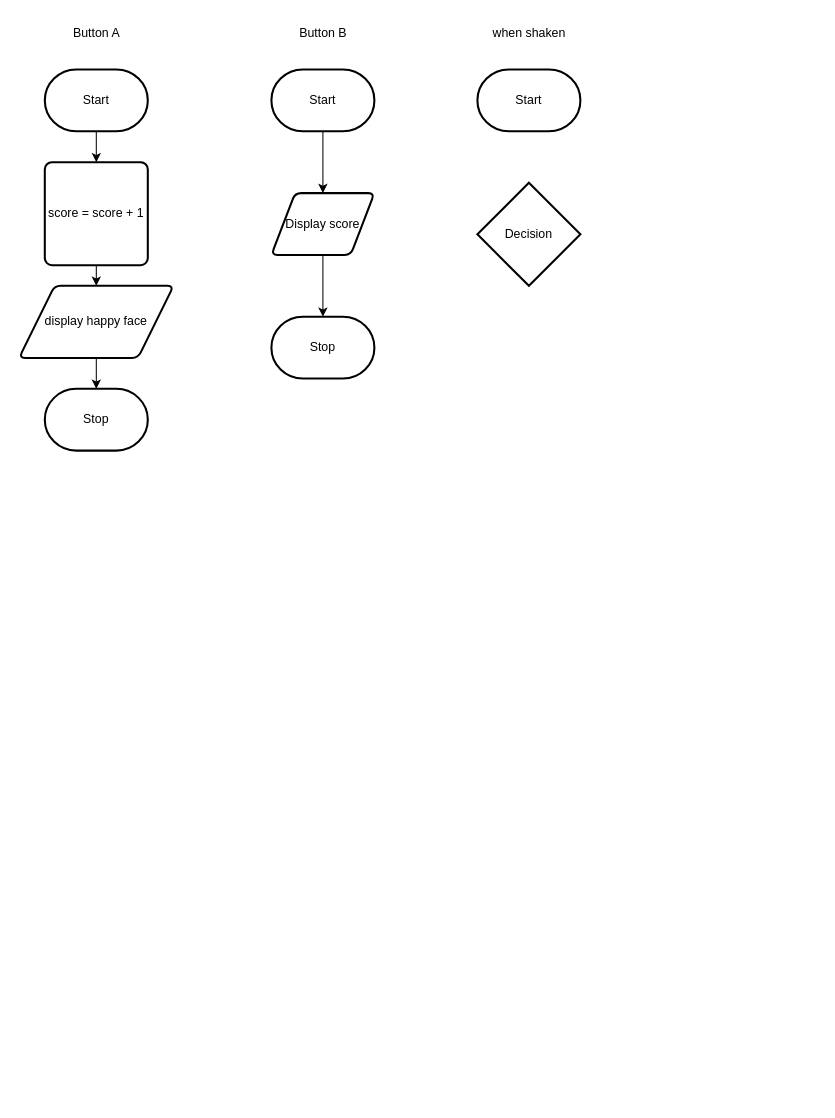
Earlier version of the draw.io diagram design/flowchart.drawio (MTHS-TEJ2O-1-2023/TEJ2O-Unit-2-09-michael-bruneau). Source tidied: cells renumbered, new cells numbered last; positions are measured from the earlier drawing's top-left corner, leaving out a move shared by most shapes. Both pictures are drawn from the tidied source at 103%, with x=0, y=0 at pixel (19, 18).
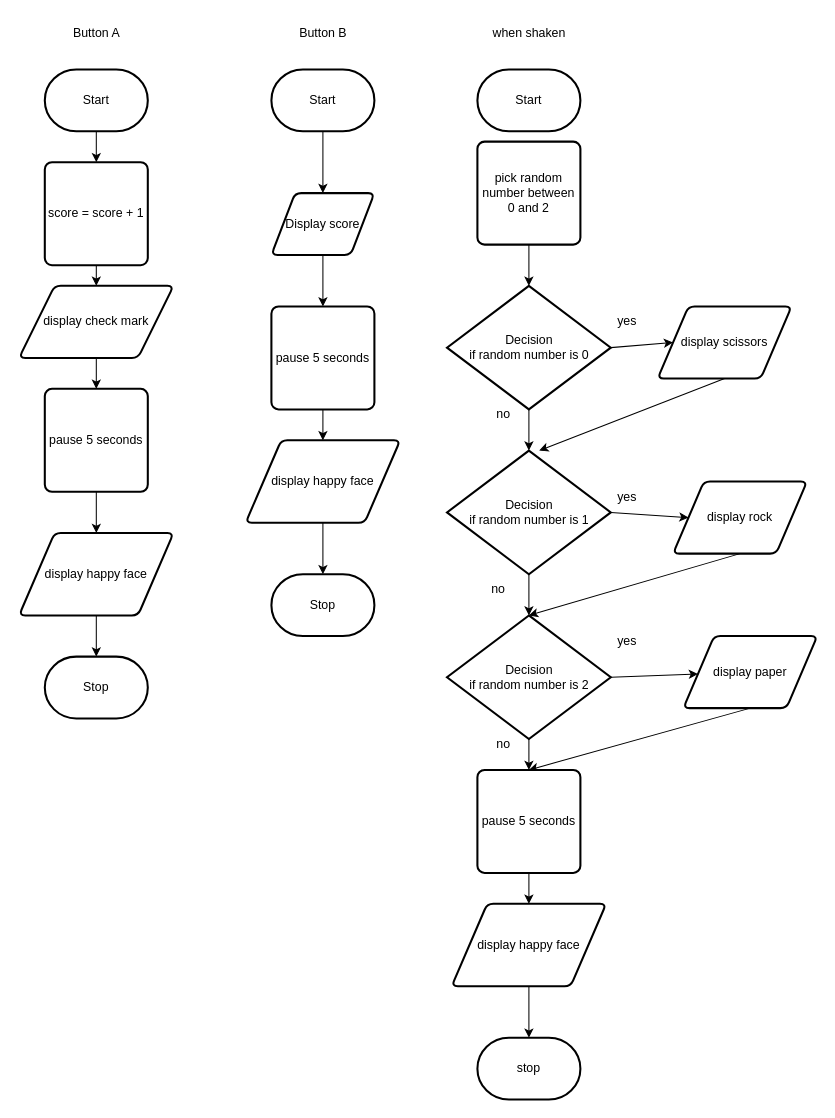
Above is the later version.

Commit message:
circuit diagram

The change refers to these unchanged cells:
```xml
<mxCell id="14" value="Display score" style="shape=parallelogram;html=1;strokeWidth=2;perimeter=parallelogramPerimeter;whiteSpace=wrap;rounded=1;arcSize=12;size=0.23;" parent="1" vertex="1">
  <mxGeometry x="245" y="170" width="100" height="60" as="geometry" />
</mxCell>
```

What changed in the source:
```diff
@@
     <mxCell id="4" value="Stop" style="strokeWidth=2;html=1;shape=mxgraph.flowchart.terminator;whiteSpace=wrap;" parent="1" vertex="1">
-      <mxGeometry x="25" y="360" width="100" height="60" as="geometry" />
+      <mxGeometry x="25" y="620" width="100" height="60" as="geometry" />
     </mxCell>
@@
-    <mxCell id="8" style="edgeStyle=none;html=1;exitX=0.5;exitY=1;exitDx=0;exitDy=0;entryX=0.5;entryY=0;entryDx=0;entryDy=0;entryPerimeter=0;" parent="1" edge="1" source="9" target="4">
-      <mxGeometry relative="1" as="geometry" />
-    </mxCell>
+    <mxCell id="19" style="edgeStyle=none;html=1;exitX=0.5;exitY=1;exitDx=0;exitDy=0;entryX=0.5;entryY=0;entryDx=0;entryDy=0;" parent="1" edge="1" source="9" target="24">
+      <mxGeometry relative="1" as="geometry" />
+    </mxCell>
-    <mxCell id="9" value="display happy face" style="shape=parallelogram;html=1;strokeWidth=2;perimeter=parallelogramPerimeter;whiteSpace=wrap;rounded=1;arcSize=12;size=0.23;" parent="1" vertex="1">
+    <mxCell id="9" value="display check mark" style="shape=parallelogram;html=1;strokeWidth=2;perimeter=parallelogramPerimeter;whiteSpace=wrap;rounded=1;arcSize=12;size=0.23;" parent="1" vertex="1">
       <mxGeometry y="260" width="150" height="70" as="geometry" />
     </mxCell>
@@
-    <mxCell id="13" style="edgeStyle=none;html=1;exitX=0.5;exitY=1;exitDx=0;exitDy=0;" parent="1" edge="1" source="14" target="15">
-      <mxGeometry relative="1" as="geometry" />
-    </mxCell>
+    <mxCell id="20" style="edgeStyle=none;html=1;exitX=0.5;exitY=1;exitDx=0;exitDy=0;entryX=0.5;entryY=0;entryDx=0;entryDy=0;" parent="1" edge="1" source="14" target="28">
+      <mxGeometry relative="1" as="geometry" />
+    </mxCell>
@@
     <mxCell id="15" value="Stop" style="strokeWidth=2;html=1;shape=mxgraph.flowchart.terminator;whiteSpace=wrap;" parent="1" vertex="1">
-      <mxGeometry x="245" y="290" width="100" height="60" as="geometry" />
+      <mxGeometry x="245" y="540" width="100" height="60" as="geometry" />
     </mxCell>
@@
+    <mxCell id="21" style="edgeStyle=none;html=1;exitX=0.5;exitY=1;exitDx=0;exitDy=0;exitPerimeter=0;entryX=0.5;entryY=0;entryDx=0;entryDy=0;entryPerimeter=0;" parent="1" edge="1" source="18" target="37">
+      <mxGeometry relative="1" as="geometry" />
+    </mxCell>
+    <mxCell id="22" style="edgeStyle=none;html=1;exitX=1;exitY=0.5;exitDx=0;exitDy=0;exitPerimeter=0;entryX=0;entryY=0.5;entryDx=0;entryDy=0;" parent="1" edge="1" source="18" target="34">
+      <mxGeometry relative="1" as="geometry" />
+    </mxCell>
-    <mxCell id="18" value="Decision" style="strokeWidth=2;html=1;shape=mxgraph.flowchart.decision;whiteSpace=wrap;" parent="1" vertex="1">
-      <mxGeometry x="445" y="160" width="100" height="100" as="geometry" />
+    <mxCell id="18" value="Decision&lt;br&gt;if random number is 0" style="strokeWidth=2;html=1;shape=mxgraph.flowchart.decision;whiteSpace=wrap;" parent="1" vertex="1">
+      <mxGeometry x="415.5" y="260" width="159" height="120" as="geometry" />
     </mxCell>
+    <mxCell id="23" style="edgeStyle=none;html=1;exitX=0.5;exitY=1;exitDx=0;exitDy=0;entryX=0.5;entryY=0;entryDx=0;entryDy=0;" parent="1" edge="1" source="24" target="26">
+      <mxGeometry relative="1" as="geometry" />
+    </mxCell>
+    <mxCell id="24" value="pause 5 seconds" style="rounded=1;whiteSpace=wrap;html=1;absoluteArcSize=1;arcSize=14;strokeWidth=2;" parent="1" vertex="1">
+      <mxGeometry x="25" y="360" width="100" height="100" as="geometry" />
+    </mxCell>
+    <mxCell id="25" style="edgeStyle=none;html=1;exitX=0.5;exitY=1;exitDx=0;exitDy=0;" parent="1" edge="1" source="26" target="4">
+      <mxGeometry relative="1" as="geometry" />
+    </mxCell>
+    <mxCell id="26" value="display happy face" style="shape=parallelogram;html=1;strokeWidth=2;perimeter=parallelogramPerimeter;whiteSpace=wrap;rounded=1;arcSize=12;size=0.23;" parent="1" vertex="1">
+      <mxGeometry y="500" width="150" height="80" as="geometry" />
+    </mxCell>
+    <mxCell id="27" style="edgeStyle=none;html=1;exitX=0.5;exitY=1;exitDx=0;exitDy=0;entryX=0.5;entryY=0;entryDx=0;entryDy=0;" parent="1" edge="1" source="28" target="30">
+      <mxGeometry relative="1" as="geometry" />
+    </mxCell>
+    <mxCell id="28" value="pause 5 seconds" style="rounded=1;whiteSpace=wrap;html=1;absoluteArcSize=1;arcSize=14;strokeWidth=2;" parent="1" vertex="1">
+      <mxGeometry x="245" y="280" width="100" height="100" as="geometry" />
+    </mxCell>
+    <mxCell id="29" style="edgeStyle=none;html=1;exitX=0.5;exitY=1;exitDx=0;exitDy=0;entryX=0.5;entryY=0;entryDx=0;entryDy=0;entryPerimeter=0;" parent="1" edge="1" source="30" target="15">
+      <mxGeometry relative="1" as="geometry" />
+    </mxCell>
+    <mxCell id="30" value="display happy face" style="shape=parallelogram;html=1;strokeWidth=2;perimeter=parallelogramPerimeter;whiteSpace=wrap;rounded=1;arcSize=12;size=0.23;" parent="1" vertex="1">
+      <mxGeometry x="220" y="410" width="150" height="80" as="geometry" />
+    </mxCell>
+    <mxCell id="31" style="edgeStyle=none;html=1;exitX=0.5;exitY=1;exitDx=0;exitDy=0;entryX=0.5;entryY=0;entryDx=0;entryDy=0;entryPerimeter=0;" parent="1" edge="1" source="32" target="18">
+      <mxGeometry relative="1" as="geometry" />
+    </mxCell>
+    <mxCell id="32" value="pick random number between 0 and 2" style="rounded=1;whiteSpace=wrap;html=1;absoluteArcSize=1;arcSize=14;strokeWidth=2;" parent="1" vertex="1">
+      <mxGeometry x="445" y="120" width="100" height="100" as="geometry" />
+    </mxCell>
+    <mxCell id="33" style="edgeStyle=none;html=1;exitX=0.5;exitY=1;exitDx=0;exitDy=0;" parent="1" edge="1" source="34">
+      <mxGeometry relative="1" as="geometry">
+        <mxPoint x="505" y="420" as="targetPoint" />
+      </mxGeometry>
+    </mxCell>
+    <mxCell id="34" value="display scissors" style="shape=parallelogram;html=1;strokeWidth=2;perimeter=parallelogramPerimeter;whiteSpace=wrap;rounded=1;arcSize=12;size=0.23;" parent="1" vertex="1">
+      <mxGeometry x="620" y="280" width="130" height="70" as="geometry" />
+    </mxCell>
+    <mxCell id="35" style="edgeStyle=none;html=1;exitX=0.5;exitY=1;exitDx=0;exitDy=0;exitPerimeter=0;entryX=0.5;entryY=0;entryDx=0;entryDy=0;entryPerimeter=0;" parent="1" edge="1" source="37" target="42">
+      <mxGeometry relative="1" as="geometry" />
+    </mxCell>
+    <mxCell id="36" style="edgeStyle=none;html=1;exitX=1;exitY=0.5;exitDx=0;exitDy=0;exitPerimeter=0;entryX=0;entryY=0.5;entryDx=0;entryDy=0;" parent="1" edge="1" source="37" target="39">
+      <mxGeometry relative="1" as="geometry" />
+    </mxCell>
+    <mxCell id="37" value="Decision&lt;br&gt;if random number is 1" style="strokeWidth=2;html=1;shape=mxgraph.flowchart.decision;whiteSpace=wrap;" parent="1" vertex="1">
+      <mxGeometry x="415.5" y="420" width="159" height="120" as="geometry" />
+    </mxCell>
+    <mxCell id="38" style="edgeStyle=none;html=1;exitX=0.5;exitY=1;exitDx=0;exitDy=0;entryX=0.5;entryY=0;entryDx=0;entryDy=0;entryPerimeter=0;" parent="1" edge="1" source="39" target="42">
+      <mxGeometry relative="1" as="geometry" />
+    </mxCell>
+    <mxCell id="39" value="display rock" style="shape=parallelogram;html=1;strokeWidth=2;perimeter=parallelogramPerimeter;whiteSpace=wrap;rounded=1;arcSize=12;size=0.23;" parent="1" vertex="1">
+      <mxGeometry x="635" y="450" width="130" height="70" as="geometry" />
+    </mxCell>
+    <mxCell id="40" style="edgeStyle=none;html=1;exitX=0.5;exitY=1;exitDx=0;exitDy=0;exitPerimeter=0;entryX=0.5;entryY=0;entryDx=0;entryDy=0;" parent="1" edge="1" source="42" target="46">
+      <mxGeometry relative="1" as="geometry" />
+    </mxCell>
+    <mxCell id="41" style="edgeStyle=none;html=1;exitX=1;exitY=0.5;exitDx=0;exitDy=0;exitPerimeter=0;" parent="1" edge="1" source="42" target="44">
+      <mxGeometry relative="1" as="geometry" />
+    </mxCell>
+    <mxCell id="42" value="Decision&lt;br&gt;if random number is 2" style="strokeWidth=2;html=1;shape=mxgraph.flowchart.decision;whiteSpace=wrap;" parent="1" vertex="1">
+      <mxGeometry x="415.5" y="580" width="159" height="120" as="geometry" />
+    </mxCell>
+    <mxCell id="43" style="edgeStyle=none;html=1;exitX=0.5;exitY=1;exitDx=0;exitDy=0;entryX=0.5;entryY=0;entryDx=0;entryDy=0;" parent="1" edge="1" source="44" target="46">
+      <mxGeometry relative="1" as="geometry" />
+    </mxCell>
+    <mxCell id="44" value="display paper" style="shape=parallelogram;html=1;strokeWidth=2;perimeter=parallelogramPerimeter;whiteSpace=wrap;rounded=1;arcSize=12;size=0.23;" parent="1" vertex="1">
+      <mxGeometry x="645" y="600" width="130" height="70" as="geometry" />
+    </mxCell>
+    <mxCell id="45" style="edgeStyle=none;html=1;exitX=0.5;exitY=1;exitDx=0;exitDy=0;entryX=0.5;entryY=0;entryDx=0;entryDy=0;" parent="1" edge="1" source="46" target="48">
+      <mxGeometry relative="1" as="geometry" />
+    </mxCell>
+    <mxCell id="46" value="pause 5 seconds" style="rounded=1;whiteSpace=wrap;html=1;absoluteArcSize=1;arcSize=14;strokeWidth=2;" parent="1" vertex="1">
+      <mxGeometry x="445" y="730" width="100" height="100" as="geometry" />
+    </mxCell>
+    <mxCell id="47" style="edgeStyle=none;html=1;exitX=0.5;exitY=1;exitDx=0;exitDy=0;entryX=0.5;entryY=0;entryDx=0;entryDy=0;entryPerimeter=0;" parent="1" edge="1" source="48" target="49">
+      <mxGeometry relative="1" as="geometry" />
+    </mxCell>
+    <mxCell id="48" value="display happy face" style="shape=parallelogram;html=1;strokeWidth=2;perimeter=parallelogramPerimeter;whiteSpace=wrap;rounded=1;arcSize=12;size=0.23;" parent="1" vertex="1">
+      <mxGeometry x="420" y="860" width="150" height="80" as="geometry" />
+    </mxCell>
+    <mxCell id="49" value="stop" style="strokeWidth=2;html=1;shape=mxgraph.flowchart.terminator;whiteSpace=wrap;" parent="1" vertex="1">
+      <mxGeometry x="445" y="990" width="100" height="60" as="geometry" />
+    </mxCell>
+    <mxCell id="50" value="yes" style="text;html=1;align=center;verticalAlign=middle;strokeColor=none;fillColor=none;" parent="1" vertex="1">
+      <mxGeometry x="570" y="280" width="40" height="30" as="geometry" />
+    </mxCell>
+    <mxCell id="51" value="no" style="text;html=1;align=center;verticalAlign=middle;strokeColor=none;fillColor=none;" parent="1" vertex="1">
+      <mxGeometry x="450" y="370" width="40" height="30" as="geometry" />
+    </mxCell>
+    <mxCell id="52" value="no" style="text;html=1;align=center;verticalAlign=middle;strokeColor=none;fillColor=none;" parent="1" vertex="1">
+      <mxGeometry x="445" y="540" width="40" height="30" as="geometry" />
+    </mxCell>
+    <mxCell id="53" value="yes" style="text;html=1;align=center;verticalAlign=middle;strokeColor=none;fillColor=none;" parent="1" vertex="1">
+      <mxGeometry x="570" y="450" width="40" height="30" as="geometry" />
+    </mxCell>
+    <mxCell id="54" value="no" style="text;html=1;align=center;verticalAlign=middle;strokeColor=none;fillColor=none;" parent="1" vertex="1">
+      <mxGeometry x="450" y="690" width="40" height="30" as="geometry" />
+    </mxCell>
+    <mxCell id="55" value="yes" style="text;html=1;align=center;verticalAlign=middle;strokeColor=none;fillColor=none;" parent="1" vertex="1">
+      <mxGeometry x="570" y="590" width="40" height="30" as="geometry" />
+    </mxCell>
```
